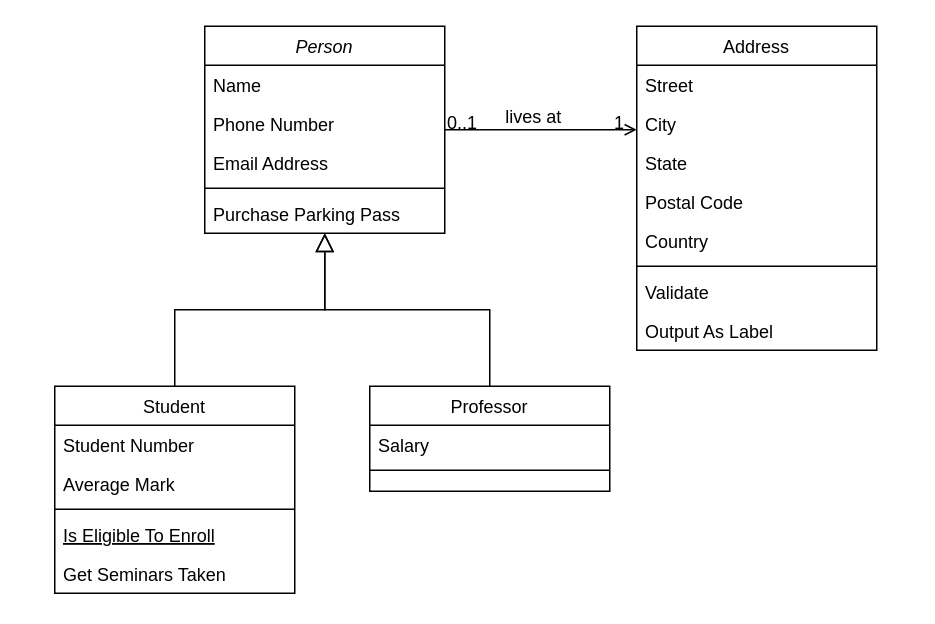
This is dawbank.drawio from vitoriadelanachaves/uml_class_diagram, a draw.io file, before an edit. Source tidied: cells renumbered, new cells numbered last; positions are measured from the earlier drawing's top-left corner, leaving out a move shared by most shapes. Both pictures are drawn from the tidied source at 150%, with x=0, y=0 at pixel (54, 26).
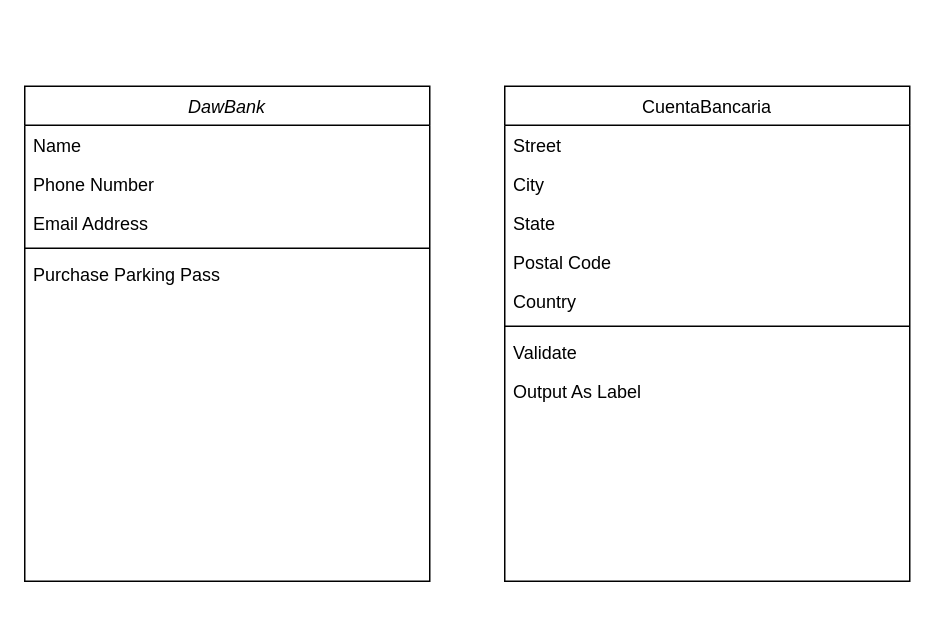
The same page after the edit.

The edit, as a diff of the source:
```diff
@@
-    <mxCell id="2" value="Person" style="swimlane;fontStyle=2;align=center;verticalAlign=top;horizontal=1;startSize=26;rounded=0;shadow=0;strokeWidth=1;" parent="1" vertex="1">
-      <mxGeometry x="100" width="160" height="138" as="geometry" />
+    <mxCell id="2" value="DawBank " style="swimlane;fontStyle=2;align=center;verticalAlign=top;horizontal=1;startSize=26;rounded=0;shadow=0;strokeWidth=1;" parent="1" vertex="1">
+      <mxGeometry x="-20" y="40" width="270" height="330" as="geometry" />
     </mxCell>
     <mxCell id="3" value="Name" style="text;align=left;verticalAlign=top;spacingLeft=4;spacingRight=4;overflow=hidden;" parent="2" vertex="1">
-      <mxGeometry y="26" width="160" height="26" as="geometry" />
+      <mxGeometry y="26" width="270" height="26" as="geometry" />
     </mxCell>
     <mxCell id="4" value="Phone Number" style="text;align=left;verticalAlign=top;spacingLeft=4;spacingRight=4;overflow=hidden;rounded=0;shadow=0;html=0;" parent="2" vertex="1">
-      <mxGeometry y="52" width="160" height="26" as="geometry" />
+      <mxGeometry y="52" width="270" height="26" as="geometry" />
     </mxCell>
     <mxCell id="5" value="Email Address" style="text;align=left;verticalAlign=top;spacingLeft=4;spacingRight=4;overflow=hidden;rounded=0;shadow=0;html=0;" parent="2" vertex="1">
-      <mxGeometry y="78" width="160" height="26" as="geometry" />
+      <mxGeometry y="78" width="270" height="26" as="geometry" />
     </mxCell>
     <mxCell id="6" style="line;html=1;strokeWidth=1;align=left;verticalAlign=middle;spacingTop=-1;spacingLeft=3;spacingRight=3;labelPosition=right;" parent="2" vertex="1">
-      <mxGeometry y="104" width="160" height="8" as="geometry" />
+      <mxGeometry y="104" width="270" height="8" as="geometry" />
     </mxCell>
     <mxCell id="7" value="Purchase Parking Pass" style="text;align=left;verticalAlign=top;spacingLeft=4;spacingRight=4;overflow=hidden;" parent="2" vertex="1">
-      <mxGeometry y="112" width="160" height="26" as="geometry" />
+      <mxGeometry y="112" width="270" height="26" as="geometry" />
     </mxCell>
-    <mxCell id="8" value="Student" style="swimlane;fontStyle=0;align=center;verticalAlign=top;horizontal=1;startSize=26;rounded=0;shadow=0;strokeWidth=1;" parent="1" vertex="1">
-      <mxGeometry y="240" width="160" height="138" as="geometry" />
-    </mxCell>
-    <mxCell id="9" value="Student Number" style="text;align=left;verticalAlign=top;spacingLeft=4;spacingRight=4;overflow=hidden;" parent="8" vertex="1">
-      <mxGeometry y="26" width="160" height="26" as="geometry" />
-    </mxCell>
-    <mxCell id="10" value="Average Mark" style="text;align=left;verticalAlign=top;spacingLeft=4;spacingRight=4;overflow=hidden;rounded=0;shadow=0;html=0;" parent="8" vertex="1">
-      <mxGeometry y="52" width="160" height="26" as="geometry" />
-    </mxCell>
-    <mxCell id="11" style="line;html=1;strokeWidth=1;align=left;verticalAlign=middle;spacingTop=-1;spacingLeft=3;spacingRight=3;labelPosition=right;" parent="8" vertex="1">
-      <mxGeometry y="78" width="160" height="8" as="geometry" />
-    </mxCell>
-    <mxCell id="12" value="Is Eligible To Enroll" style="text;align=left;verticalAlign=top;spacingLeft=4;spacingRight=4;overflow=hidden;fontStyle=4;" parent="8" vertex="1">
-      <mxGeometry y="86" width="160" height="26" as="geometry" />
-    </mxCell>
-    <mxCell id="13" value="Get Seminars Taken" style="text;align=left;verticalAlign=top;spacingLeft=4;spacingRight=4;overflow=hidden;" parent="8" vertex="1">
-      <mxGeometry y="112" width="160" height="26" as="geometry" />
-    </mxCell>
-    <mxCell id="14" style="endArrow=block;endSize=10;endFill=0;shadow=0;strokeWidth=1;rounded=0;curved=0;edgeStyle=elbowEdgeStyle;elbow=vertical;" parent="1" edge="1" source="8" target="2">
-      <mxGeometry relative="1" as="geometry" />
-    </mxCell>
-    <mxCell id="15" value="Professor" style="swimlane;fontStyle=0;align=center;verticalAlign=top;horizontal=1;startSize=26;rounded=0;shadow=0;strokeWidth=1;" parent="1" vertex="1">
-      <mxGeometry x="210" y="240" width="160" height="70" as="geometry" />
-    </mxCell>
-    <mxCell id="16" value="Salary" style="text;align=left;verticalAlign=top;spacingLeft=4;spacingRight=4;overflow=hidden;" parent="15" vertex="1">
-      <mxGeometry y="26" width="160" height="26" as="geometry" />
-    </mxCell>
-    <mxCell id="17" style="line;html=1;strokeWidth=1;align=left;verticalAlign=middle;spacingTop=-1;spacingLeft=3;spacingRight=3;labelPosition=right;" parent="15" vertex="1">
-      <mxGeometry y="52" width="160" height="8" as="geometry" />
-    </mxCell>
-    <mxCell id="18" style="endArrow=block;endSize=10;endFill=0;shadow=0;strokeWidth=1;rounded=0;curved=0;edgeStyle=elbowEdgeStyle;elbow=vertical;" parent="1" edge="1" source="15" target="2">
-      <mxGeometry relative="1" as="geometry" />
-    </mxCell>
-    <mxCell id="19" value="Address" style="swimlane;fontStyle=0;align=center;verticalAlign=top;horizontal=1;startSize=26;rounded=0;shadow=0;strokeWidth=1;" parent="1" vertex="1">
-      <mxGeometry x="388" width="160" height="216" as="geometry" />
+    <mxCell id="19" value="CuentaBancaria" style="swimlane;fontStyle=0;align=center;verticalAlign=top;horizontal=1;startSize=26;rounded=0;shadow=0;strokeWidth=1;" parent="1" vertex="1">
+      <mxGeometry x="300" y="40" width="270" height="330" as="geometry" />
     </mxCell>
     <mxCell id="20" value="Street" style="text;align=left;verticalAlign=top;spacingLeft=4;spacingRight=4;overflow=hidden;" parent="19" vertex="1">
-      <mxGeometry y="26" width="160" height="26" as="geometry" />
+      <mxGeometry y="26" width="270" height="26" as="geometry" />
     </mxCell>
     <mxCell id="21" value="City" style="text;align=left;verticalAlign=top;spacingLeft=4;spacingRight=4;overflow=hidden;rounded=0;shadow=0;html=0;" parent="19" vertex="1">
-      <mxGeometry y="52" width="160" height="26" as="geometry" />
+      <mxGeometry y="52" width="270" height="26" as="geometry" />
     </mxCell>
     <mxCell id="22" value="State" style="text;align=left;verticalAlign=top;spacingLeft=4;spacingRight=4;overflow=hidden;rounded=0;shadow=0;html=0;" parent="19" vertex="1">
-      <mxGeometry y="78" width="160" height="26" as="geometry" />
+      <mxGeometry y="78" width="270" height="26" as="geometry" />
     </mxCell>
     <mxCell id="23" value="Postal Code" style="text;align=left;verticalAlign=top;spacingLeft=4;spacingRight=4;overflow=hidden;rounded=0;shadow=0;html=0;" parent="19" vertex="1">
-      <mxGeometry y="104" width="160" height="26" as="geometry" />
+      <mxGeometry y="104" width="270" height="26" as="geometry" />
     </mxCell>
     <mxCell id="24" value="Country" style="text;align=left;verticalAlign=top;spacingLeft=4;spacingRight=4;overflow=hidden;rounded=0;shadow=0;html=0;" parent="19" vertex="1">
-      <mxGeometry y="130" width="160" height="26" as="geometry" />
+      <mxGeometry y="130" width="270" height="26" as="geometry" />
     </mxCell>
     <mxCell id="25" style="line;html=1;strokeWidth=1;align=left;verticalAlign=middle;spacingTop=-1;spacingLeft=3;spacingRight=3;labelPosition=right;" parent="19" vertex="1">
-      <mxGeometry y="156" width="160" height="8" as="geometry" />
+      <mxGeometry y="156" width="270" height="8" as="geometry" />
     </mxCell>
     <mxCell id="26" value="Validate" style="text;align=left;verticalAlign=top;spacingLeft=4;spacingRight=4;overflow=hidden;" parent="19" vertex="1">
-      <mxGeometry y="164" width="160" height="26" as="geometry" />
+      <mxGeometry y="164" width="270" height="26" as="geometry" />
     </mxCell>
     <mxCell id="27" value="Output As Label" style="text;align=left;verticalAlign=top;spacingLeft=4;spacingRight=4;overflow=hidden;" parent="19" vertex="1">
-      <mxGeometry y="190" width="160" height="26" as="geometry" />
+      <mxGeometry y="190" width="270" height="26" as="geometry" />
     </mxCell>
-    <mxCell id="28" style="endArrow=open;shadow=0;strokeWidth=1;rounded=0;curved=0;endFill=1;edgeStyle=elbowEdgeStyle;elbow=vertical;" parent="1" edge="1" source="2" target="19">
-      <mxGeometry x="0.5" y="41" relative="1" as="geometry">
-        <mxPoint x="-40" y="32" as="offset" />
-      </mxGeometry>
-    </mxCell>
-    <mxCell id="29" value="0..1" style="align=left;verticalAlign=bottom;labelBackgroundColor=none;fontSize=12;" parent="28" vertex="1">
-      <mxGeometry x="-1" relative="1" as="geometry">
-        <mxPoint y="4" as="offset" />
-      </mxGeometry>
-    </mxCell>
-    <mxCell id="30" value="1" style="align=right;verticalAlign=bottom;labelBackgroundColor=none;fontSize=12;" parent="28" vertex="1">
-      <mxGeometry x="1" relative="1" as="geometry">
-        <mxPoint x="-7" y="4" as="offset" />
-      </mxGeometry>
-    </mxCell>
-    <mxCell id="31" value="lives at" style="text;html=1;align=center;verticalAlign=middle;labelBackgroundColor=none;rounded=0;shadow=0;strokeWidth=1;fontSize=12;" parent="28" vertex="1">
-      <mxGeometry x="0.5" y="49" relative="1" as="geometry">
-        <mxPoint x="-38" y="40" as="offset" />
-      </mxGeometry>
-    </mxCell>
```
